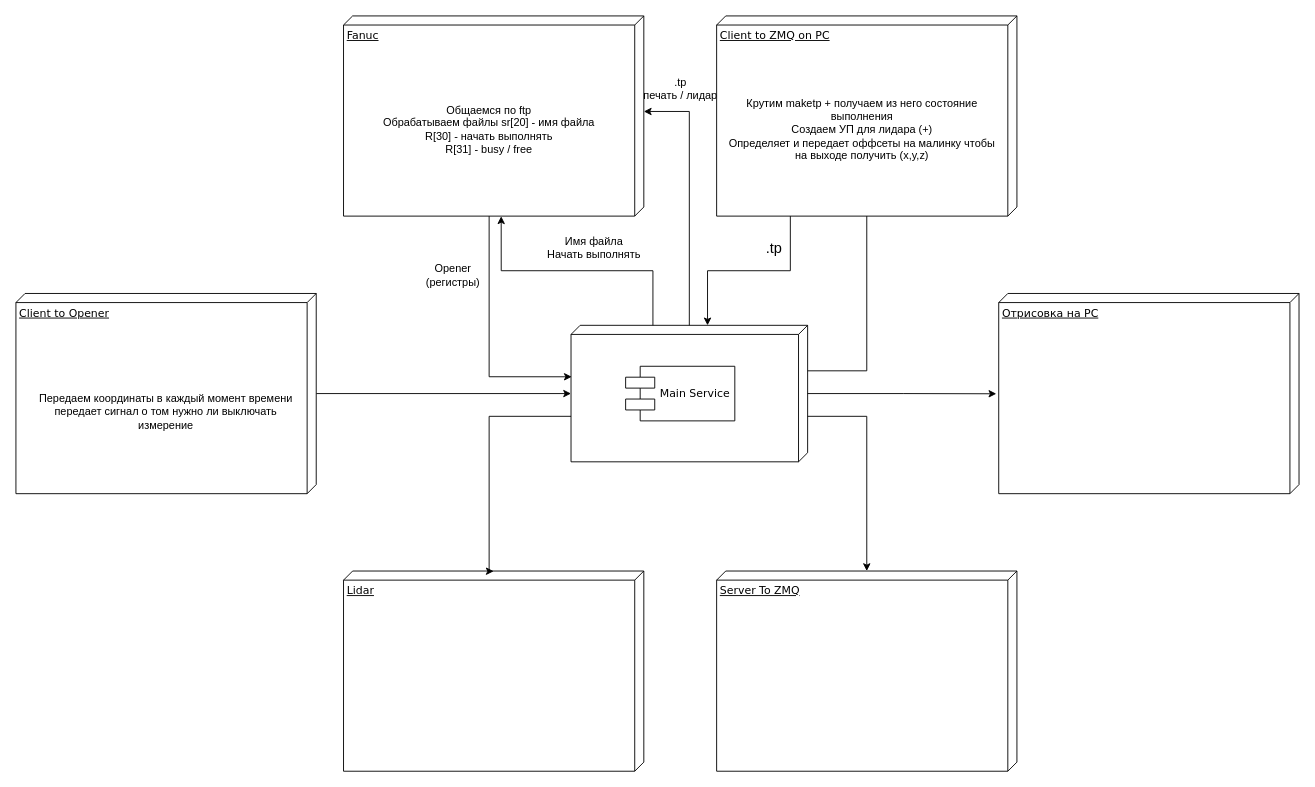
Before: Диаграмма без названия.drawio in voinov-arduino/Fanuc, a draw.io diagram. Source tidied: cells renumbered, new cells numbered last; positions are measured from the earlier drawing's top-left corner, leaving out a move shared by most shapes. Both pictures are drawn from the tidied source at 91%, with x=0, y=0 at pixel (15, 15).
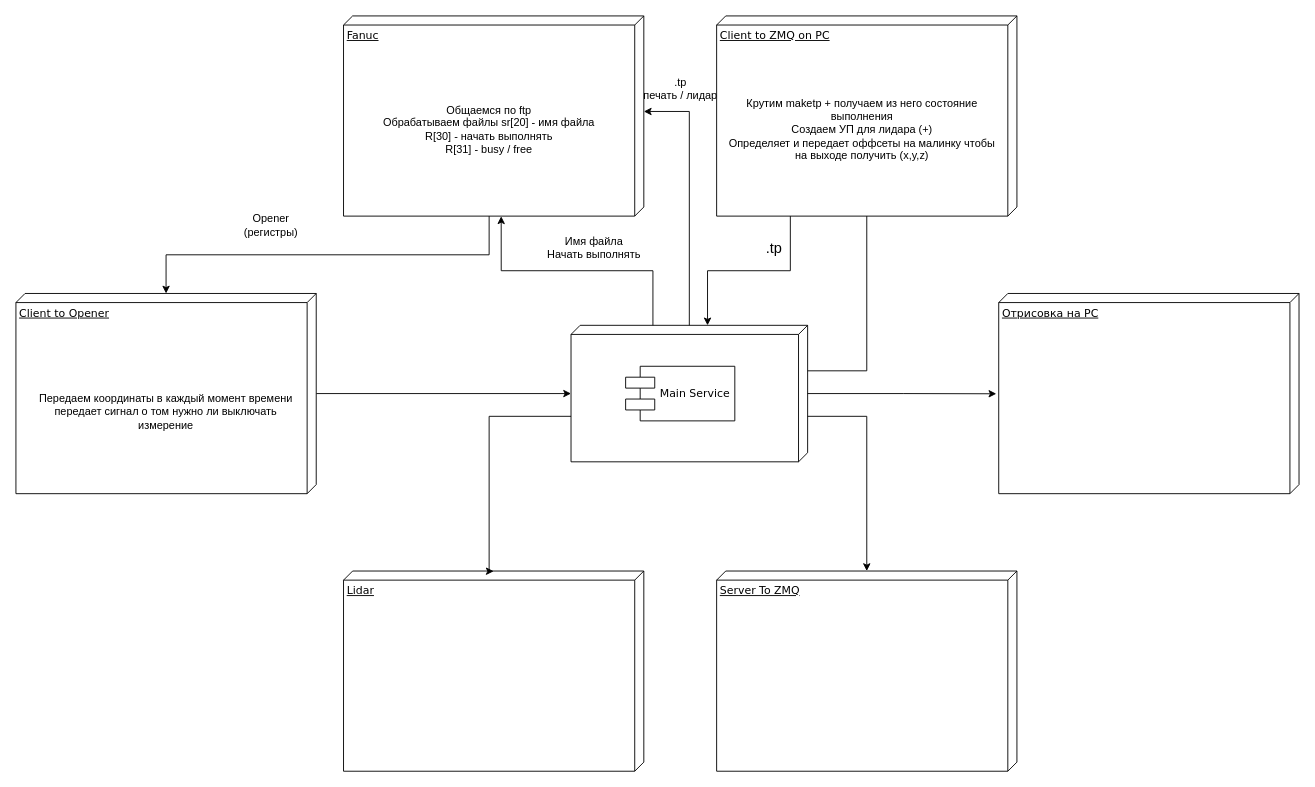
The same page after the edit.

Unchanged cells that the change refers to:
```xml
<mxCell id="2" value="Fanuc" style="verticalAlign=top;align=left;spacingTop=8;spacingLeft=2;spacingRight=12;shape=cube;size=10;direction=south;fontStyle=4;html=1;rounded=0;shadow=0;comic=0;labelBackgroundColor=none;strokeWidth=1;fontFamily=Verdana;fontSize=12;" parent="1" vertex="1">
  <mxGeometry x="360" width="330" height="220" as="geometry" />
</mxCell>
<mxCell id="4" style="verticalAlign=top;align=left;spacingTop=8;spacingLeft=2;spacingRight=12;shape=cube;size=10;direction=south;fontStyle=4;html=1;rounded=0;shadow=0;comic=0;labelBackgroundColor=none;strokeWidth=1;fontFamily=Verdana;fontSize=12;" parent="1" vertex="1">
  <mxGeometry x="610" y="340" width="260" height="150" as="geometry" />
</mxCell>
<mxCell id="18" value="Client to Opener&lt;br&gt;" style="verticalAlign=top;align=left;spacingTop=8;spacingLeft=2;spacingRight=12;shape=cube;size=10;direction=south;fontStyle=4;html=1;rounded=0;shadow=0;comic=0;labelBackgroundColor=none;strokeWidth=1;fontFamily=Verdana;fontSize=12;" parent="1" vertex="1">
  <mxGeometry y="305" width="330" height="220" as="geometry" />
</mxCell>
```

Diff of the diagram source:
```diff
@@
     <mxCell id="7" value="Opener&lt;br&gt;(регистры)" style="text;html=1;align=center;verticalAlign=middle;strokeColor=none;fillColor=none;rotation=0;" parent="1" vertex="1">
-      <mxGeometry x="440" y="265" width="80" height="40" as="geometry" />
+      <mxGeometry x="240" y="210" width="80" height="40" as="geometry" />
     </mxCell>
@@
-    <mxCell id="25" style="edgeStyle=orthogonalEdgeStyle;rounded=0;jettySize=auto;html=1;entryX=0.377;entryY=0.997;entryDx=0;entryDy=0;entryPerimeter=0;exitX=0;exitY=0;exitDx=220;exitDy=170;exitPerimeter=0;" parent="1" edge="1" source="2" target="4">
+    <mxCell id="25" style="edgeStyle=orthogonalEdgeStyle;rounded=0;jettySize=auto;html=1;exitX=0;exitY=0;exitDx=220;exitDy=170;exitPerimeter=0;" parent="1" edge="1" source="2" target="18">
       <mxGeometry relative="1" as="geometry" />
     </mxCell>
```
